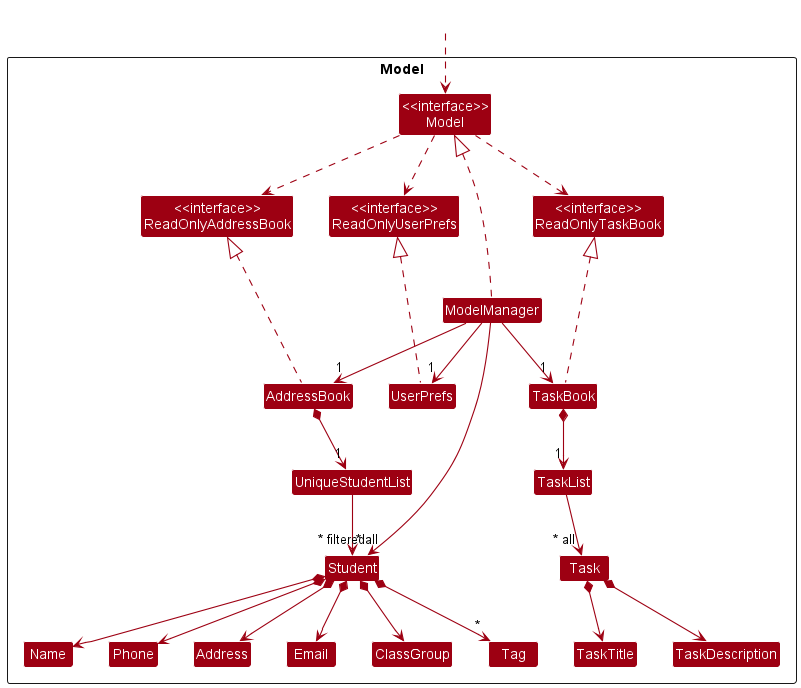
This is docs/images/ModelClassDiagram.png from nus-cs2103-AY2223S1/tp, a PlantUML export, as it was before one commit. Its diagram source:
```plantuml
@startuml
!include style.puml
skinparam arrowThickness 1.1
skinparam arrowColor MODEL_COLOR
skinparam classBackgroundColor MODEL_COLOR

Package Model <<Rectangle>>{
Class "<<interface>>\nReadOnlyAddressBook" as ReadOnlyAddressBook
Class "<<interface>>\nReadOnlyTaskBook" as ReadOnlyTaskBook
Class "<<interface>>\nReadOnlyUserPrefs" as ReadOnlyUserPrefs
Class "<<interface>>\nModel" as Model
Class AddressBook
Class TaskBook
Class ModelManager
Class UserPrefs

Class UniqueStudentList
Class Student
Class Address
Class Email
Class ClassGroup
Class Name
Class Phone
Class Tag

Class Task
Class TaskTitle
Class TaskDescription
Class TaskList
}

Class HiddenOutside #FFFFFF
HiddenOutside ..> Model

AddressBook .up.|> ReadOnlyAddressBook
TaskBook .up.|> ReadOnlyTaskBook

ModelManager .up..|> Model
Model .down.> ReadOnlyUserPrefs
Model .right> ReadOnlyAddressBook
Model .left.> ReadOnlyTaskBook
ModelManager --> "1" AddressBook
ModelManager -right-> "1" UserPrefs
ModelManager --> "1" TaskBook
UserPrefs .up.|> ReadOnlyUserPrefs

AddressBook *--> "1" UniqueStudentList
UniqueStudentList --> "~* all" Student
Student *--> Name
Student *--> Phone
Student *--> Email
Student *--> ClassGroup
Student *--> Address
Student *--> "*" Tag

TaskBook *--> "1" TaskList
TaskList --> "~* all" Task
Task *--> TaskTitle
Task *--> TaskDescription

ReadOnlyAddressBook -[hidden]right> ReadOnlyUserPrefs
ReadOnlyUserPrefs -[hidden]right-> ReadOnlyTaskBook

AddressBook -[hidden]right> UserPrefs
UserPrefs -[hidden]right-> TaskBook

Name -[hidden]right-> Phone
Address -[hidden]right-> Email
Email -[hidden]right-> ClassGroup
ClassGroup -[hidden]right-> Tag

TaskTitle -[hidden]right-> TaskDescription

TaskList -[hidden]right-> UniqueStudentList
Task -[hidden]right-> Student
TaskDescription -[hidden]right-> Name

ModelManager -->"~* filtered" Student
@enduml
```
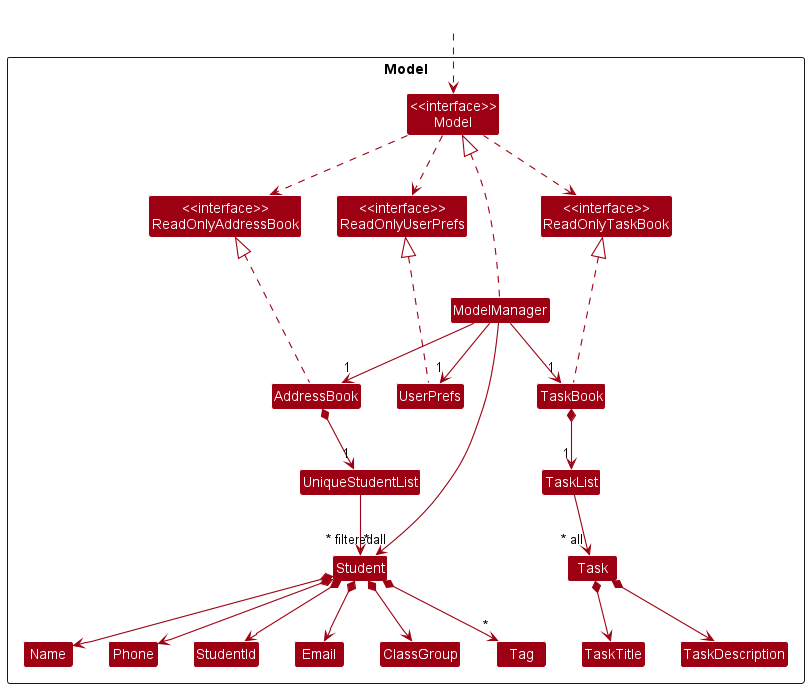
After the commit.

Commit message:
Change address to studentid in class diagrams

The edit, as a diff of the source:
```diff
@@ -16,7 +16,7 @@
 
 Class UniqueStudentList
 Class Student
-Class Address
+Class StudentId
 Class Email
 Class ClassGroup
 Class Name
@@ -50,7 +50,7 @@
 Student *--> Phone
 Student *--> Email
 Student *--> ClassGroup
-Student *--> Address
+Student *--> StudentId
 Student *--> "*" Tag
 
 TaskBook *--> "1" TaskList
@@ -65,7 +65,7 @@
 UserPrefs -[hidden]right-> TaskBook
 
 Name -[hidden]right-> Phone
-Address -[hidden]right-> Email
+StudentId -[hidden]right-> Email
 Email -[hidden]right-> ClassGroup
 ClassGroup -[hidden]right-> Tag
 
```
